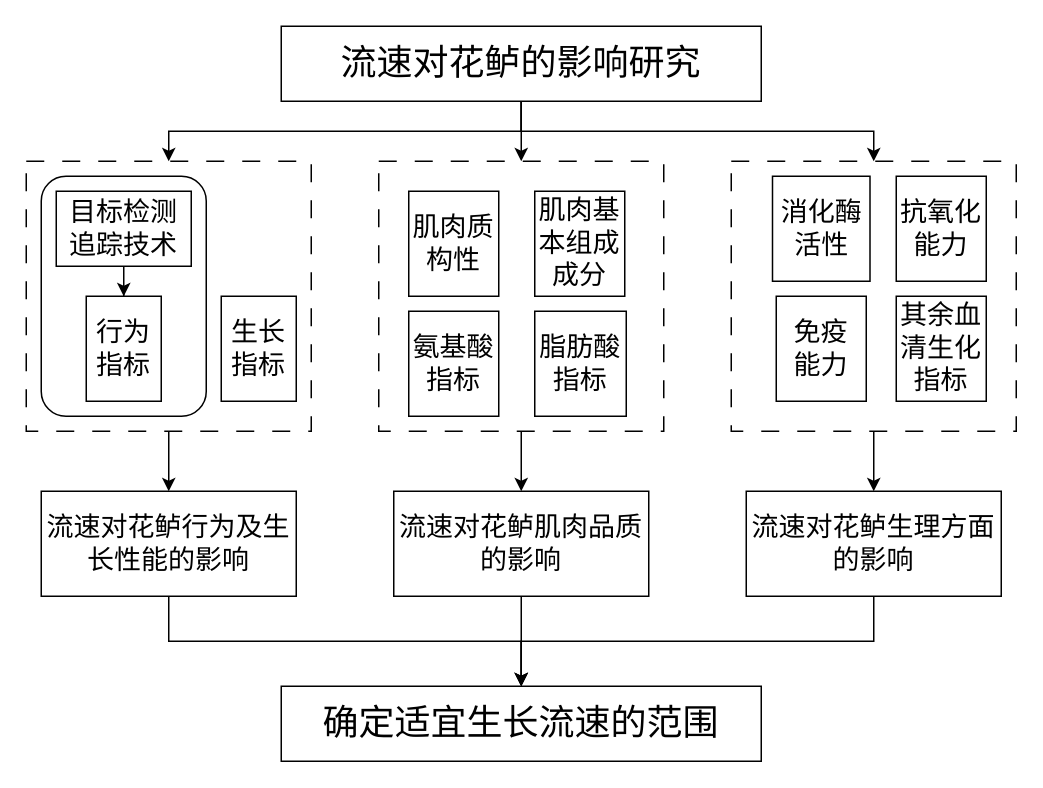
The draw.io diagram 水流对对中华花鲈的影响.drawio in 729973389/picture, before the edit. Source tidied: cells renumbered, new cells numbered last; positions are measured from the earlier drawing's top-left corner, leaving out a move shared by most shapes. Both pictures are drawn from the tidied source at 150%, with x=0, y=0 at pixel (26, 26).
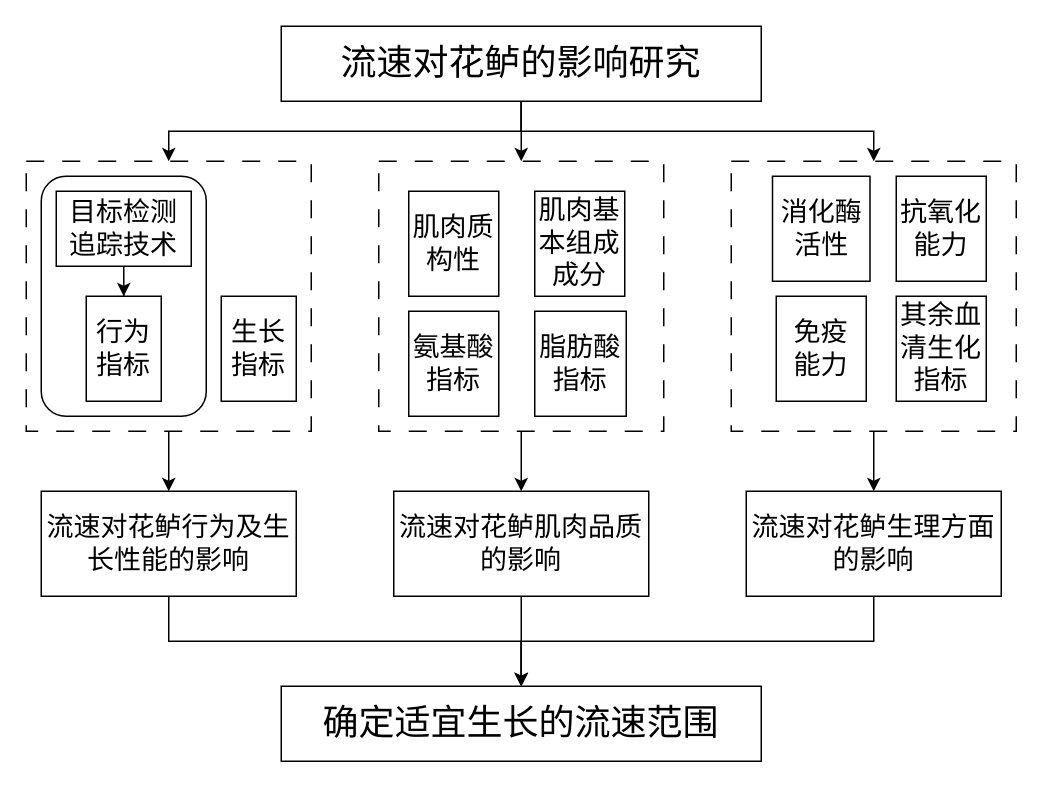
The same page after the edit.

Commit message:
更新水流对对中华花鲈的影响.drawio

Diff of the diagram source:
```diff
@@
-    <mxCell id="31" value="&lt;font style=&quot;font-size: 24px;&quot; face=&quot;宋体&quot;&gt;确定适宜生长流速的范围&lt;/font&gt;" style="rounded=0;whiteSpace=wrap;html=1;" parent="1" vertex="1">
+    <mxCell id="31" value="&lt;font style=&quot;font-size: 24px;&quot; face=&quot;宋体&quot;&gt;确定适宜生长的流速范围&lt;/font&gt;" style="rounded=0;whiteSpace=wrap;html=1;" parent="1" vertex="1">
       <mxGeometry x="170" y="440" width="320" height="50" as="geometry" />
     </mxCell>
```
